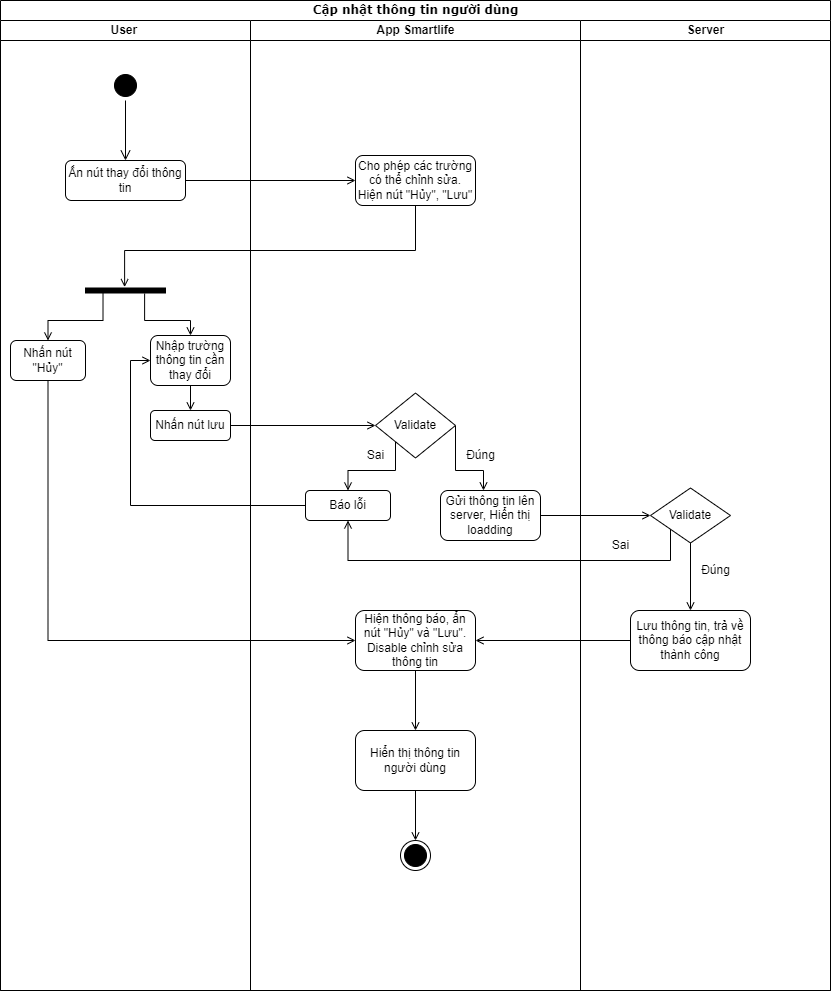
kienndhn/draw-io keeps this draw.io diagram as activity diagram/thay đổi thông tin.drawio.png. Above is the earlier version. Source tidied: cells renumbered, new cells last; positions are measured from the earlier drawing's top-left corner, leaving out a move shared by most shapes.
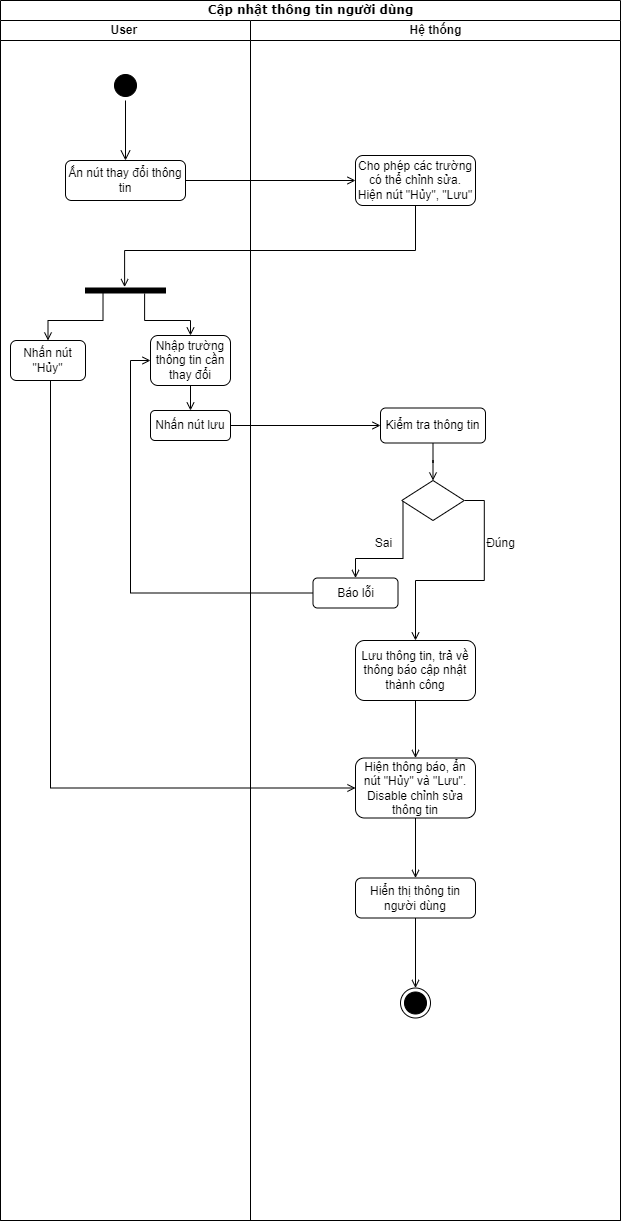
After the change.

Change to the diagram source:
```diff
@@ -3,10 +3,10 @@
     <mxCell id="0" />
     <mxCell id="1" parent="0" />
     <mxCell id="2" value="Cập nhật thông tin người dùng" style="swimlane;html=1;startSize=20;rounded=0;shadow=0;comic=0;labelBackgroundColor=none;strokeWidth=1;fontFamily=Verdana;fontSize=12;align=center;" parent="1" vertex="1">
-      <mxGeometry width="830" height="990" as="geometry" />
+      <mxGeometry width="620" height="1220" as="geometry" />
     </mxCell>
     <mxCell id="3" value="User&amp;nbsp;" style="swimlane;html=1;startSize=20;" parent="2" vertex="1">
-      <mxGeometry y="20" width="250" height="970" as="geometry" />
+      <mxGeometry y="20" width="250" height="1200" as="geometry" />
     </mxCell>
     <mxCell id="4" style="ellipse;html=1;shape=startState;fillColor=#000000;strokeColor=#000000;" parent="3" vertex="1">
       <mxGeometry x="110" y="50" width="30" height="30" as="geometry" />
@@ -48,79 +48,62 @@
     <mxCell id="13" style="edgeStyle=orthogonalEdgeStyle;rounded=0;jettySize=auto;html=1;strokeColor=#000000;strokeWidth=1;endArrow=open;endFill=0;" parent="3" edge="1" source="11" target="12">
       <mxGeometry relative="1" as="geometry" />
     </mxCell>
-    <mxCell id="14" value="App Smartlife" style="swimlane;html=1;startSize=20;" parent="2" vertex="1">
-      <mxGeometry x="250" y="20" width="330" height="970" as="geometry" />
+    <mxCell id="14" value="Hệ thống" style="swimlane;html=1;startSize=20;" parent="2" vertex="1">
+      <mxGeometry x="250" y="20" width="370" height="1200" as="geometry" />
     </mxCell>
     <mxCell id="15" value="Cho phép các trường có thể chỉnh sửa. Hiện nút &quot;Hủy&quot;, &quot;Lưu&quot;" style="rounded=1;whiteSpace=wrap;html=1;strokeColor=#000000;" parent="14" vertex="1">
       <mxGeometry x="105" y="135" width="120" height="50" as="geometry" />
     </mxCell>
-    <mxCell id="16" style="edgeStyle=orthogonalEdgeStyle;rounded=0;jettySize=auto;html=1;entryX=0.5;entryY=0;entryDx=0;entryDy=0;strokeColor=#000000;strokeWidth=1;endArrow=open;endFill=0;exitX=0;exitY=1;exitDx=0;exitDy=0;" parent="14" edge="1" source="20" target="18">
+    <mxCell id="16" style="edgeStyle=orthogonalEdgeStyle;rounded=0;jettySize=auto;html=1;entryX=0.5;entryY=0;entryDx=0;entryDy=0;strokeColor=#000000;strokeWidth=1;endArrow=open;endFill=0;exitX=0.02;exitY=0.5;exitDx=0;exitDy=0;exitPerimeter=0;" parent="14" edge="1" source="20" target="18">
       <mxGeometry relative="1" as="geometry">
         <Array as="points">
-          <mxPoint x="145" y="450" />
-          <mxPoint x="98" y="450" />
+          <mxPoint x="153" y="538" />
+          <mxPoint x="105" y="538" />
         </Array>
       </mxGeometry>
     </mxCell>
-    <mxCell id="17" style="edgeStyle=orthogonalEdgeStyle;rounded=0;jettySize=auto;html=1;exitX=1;exitY=0.5;exitDx=0;exitDy=0;strokeColor=#000000;strokeWidth=1;endArrow=open;endFill=0;" parent="14" edge="1" source="20" target="19">
-      <mxGeometry relative="1" as="geometry">
-        <Array as="points">
-          <mxPoint x="205" y="450" />
-          <mxPoint x="233" y="450" />
-        </Array>
-      </mxGeometry>
-    </mxCell>
     <mxCell id="18" value="Báo lỗi" style="rounded=1;whiteSpace=wrap;html=1;strokeColor=#000000;" parent="14" vertex="1">
-      <mxGeometry x="55" y="470" width="85" height="30" as="geometry" />
+      <mxGeometry x="62.5" y="557.5" width="85" height="30" as="geometry" />
     </mxCell>
-    <mxCell id="19" value="Gửi thông tin lên server, Hiển thị loadding" style="rounded=1;whiteSpace=wrap;html=1;strokeColor=#000000;" parent="14" vertex="1">
-      <mxGeometry x="190" y="470" width="100" height="50" as="geometry" />
-    </mxCell>
+    <mxCell id="42" style="edgeStyle=orthogonalEdgeStyle;rounded=0;jettySize=auto;html=1;strokeColor=#000000;strokeWidth=1;endArrow=open;endFill=0;exitX=1;exitY=0.5;exitDx=0;exitDy=0;" parent="14" edge="1" source="20" target="32">
+      <mxGeometry relative="1" as="geometry" />
+    </mxCell>
-    <mxCell id="20" value="Validate" style="rhombus;whiteSpace=wrap;html=1;strokeColor=#000000;" parent="14" vertex="1">
-      <mxGeometry x="125" y="372.5" width="80" height="65" as="geometry" />
+    <mxCell id="20" style="rhombus;whiteSpace=wrap;html=1;strokeColor=#000000;" parent="14" vertex="1">
+      <mxGeometry x="151.2" y="460" width="62.5" height="40" as="geometry" />
     </mxCell>
     <mxCell id="21" value="Hiện thông báo, ẩn nút &quot;Hủy&quot; và &quot;Lưu&quot;. Disable chỉnh sửa thông tin" style="rounded=1;whiteSpace=wrap;html=1;strokeColor=#000000;" parent="14" vertex="1">
-      <mxGeometry x="105" y="590" width="120" height="60" as="geometry" />
+      <mxGeometry x="105" y="737.5" width="120" height="60" as="geometry" />
     </mxCell>
     <mxCell id="22" value="Hiển thị thông tin người dùng" style="rounded=1;whiteSpace=wrap;html=1;strokeColor=#000000;" parent="14" vertex="1">
-      <mxGeometry x="105" y="710" width="120" height="60" as="geometry" />
+      <mxGeometry x="105" y="857.5" width="120" height="40" as="geometry" />
     </mxCell>
     <mxCell id="23" style="edgeStyle=orthogonalEdgeStyle;rounded=0;jettySize=auto;html=1;strokeColor=#000000;strokeWidth=1;endArrow=open;endFill=0;" parent="14" edge="1" source="21" target="22">
       <mxGeometry relative="1" as="geometry" />
     </mxCell>
     <mxCell id="24" style="ellipse;html=1;shape=endState;fillColor=#000000;strokeColor=default;" parent="14" vertex="1">
-      <mxGeometry x="150" y="820" width="30" height="30" as="geometry" />
+      <mxGeometry x="150" y="967.5" width="30" height="30" as="geometry" />
     </mxCell>
     <mxCell id="25" style="edgeStyle=orthogonalEdgeStyle;rounded=0;jettySize=auto;html=1;strokeColor=#000000;strokeWidth=1;endArrow=open;endFill=0;entryX=0.5;entryY=0;entryDx=0;entryDy=0;" parent="14" edge="1" source="22" target="24">
       <mxGeometry relative="1" as="geometry" />
     </mxCell>
     <mxCell id="26" value="Đúng" style="text;html=1;align=center;verticalAlign=middle;strokeColor=none;fillColor=none;" parent="14" vertex="1">
-      <mxGeometry x="205" y="420" width="50" height="30" as="geometry" />
+      <mxGeometry x="225" y="507.5" width="50" height="30" as="geometry" />
     </mxCell>
     <mxCell id="27" value="Sai" style="text;html=1;align=center;verticalAlign=middle;strokeColor=none;fillColor=none;" parent="14" vertex="1">
-      <mxGeometry x="105" y="420" width="40" height="30" as="geometry" />
+      <mxGeometry x="112.5" y="507.5" width="40" height="30" as="geometry" />
     </mxCell>
-    <mxCell id="28" style="edgeStyle=orthogonalEdgeStyle;rounded=0;jettySize=auto;html=1;entryX=0;entryY=0.5;entryDx=0;entryDy=0;strokeColor=#000000;strokeWidth=1;endArrow=open;endFill=0;exitX=1;exitY=0.5;exitDx=0;exitDy=0;" parent="2" edge="1" source="12" target="20">
-      <mxGeometry relative="1" as="geometry" />
-    </mxCell>
-    <mxCell id="29" value="Server" style="swimlane;html=1;startSize=20;" parent="2" vertex="1">
-      <mxGeometry x="580" y="20" width="250" height="970" as="geometry" />
-    </mxCell>
-    <mxCell id="30" style="edgeStyle=orthogonalEdgeStyle;rounded=0;jettySize=auto;html=1;entryX=0.5;entryY=0;entryDx=0;entryDy=0;strokeColor=#000000;strokeWidth=1;endArrow=open;endFill=0;" parent="29" edge="1" source="31" target="32">
-      <mxGeometry relative="1" as="geometry" />
-    </mxCell>
-    <mxCell id="31" value="Validate" style="rhombus;whiteSpace=wrap;html=1;strokeColor=#000000;" parent="29" vertex="1">
-      <mxGeometry x="70" y="467.5" width="80" height="55" as="geometry" />
-    </mxCell>
-    <mxCell id="32" value="Lưu thông tin, trả về thông báo cập nhật thành công" style="rounded=1;whiteSpace=wrap;html=1;strokeColor=#000000;" parent="29" vertex="1">
-      <mxGeometry x="50" y="590" width="120" height="60" as="geometry" />
+    <mxCell id="32" value="Lưu thông tin, trả về thông báo cập nhật thành công" style="rounded=1;whiteSpace=wrap;html=1;strokeColor=#000000;" parent="14" vertex="1">
+      <mxGeometry x="105" y="620" width="120" height="60" as="geometry" />
     </mxCell>
-    <mxCell id="33" value="Sai" style="text;html=1;align=center;verticalAlign=middle;strokeColor=none;fillColor=none;" parent="29" vertex="1">
-      <mxGeometry x="20" y="510" width="40" height="30" as="geometry" />
-    </mxCell>
-    <mxCell id="34" value="Đúng" style="text;html=1;align=center;verticalAlign=middle;strokeColor=none;fillColor=none;" parent="29" vertex="1">
-      <mxGeometry x="110" y="535" width="50" height="30" as="geometry" />
-    </mxCell>
+    <mxCell id="40" style="edgeStyle=orthogonalEdgeStyle;rounded=0;jettySize=auto;html=1;strokeColor=#000000;strokeWidth=1;endArrow=open;endFill=0;entryX=0.5;entryY=0;entryDx=0;entryDy=0;" parent="14" edge="1" source="32" target="21">
+      <mxGeometry relative="1" as="geometry" />
+    </mxCell>
+    <mxCell id="43" style="edgeStyle=orthogonalEdgeStyle;rounded=0;jettySize=auto;html=1;entryX=0.5;entryY=0;entryDx=0;entryDy=0;strokeColor=#000000;strokeWidth=1;endArrow=open;endFill=0;" parent="14" edge="1" source="44" target="20">
+      <mxGeometry relative="1" as="geometry" />
+    </mxCell>
+    <mxCell id="44" value="Kiểm tra thông tin" style="rounded=1;whiteSpace=wrap;html=1;strokeColor=default;" parent="14" vertex="1">
+      <mxGeometry x="130" y="387.5" width="105" height="35" as="geometry" />
+    </mxCell>
     <mxCell id="35" style="edgeStyle=orthogonalEdgeStyle;rounded=0;jettySize=auto;html=1;strokeColor=#000000;entryX=0;entryY=0.5;entryDx=0;entryDy=0;endArrow=open;endFill=0;" parent="2" edge="1" source="6" target="15">
       <mxGeometry relative="1" as="geometry" />
     </mxCell>
@@ -135,24 +118,13 @@
     <mxCell id="37" style="edgeStyle=orthogonalEdgeStyle;rounded=0;jettySize=auto;html=1;entryX=0;entryY=0.5;entryDx=0;entryDy=0;strokeColor=#000000;strokeWidth=1;endArrow=open;endFill=0;" parent="2" edge="1" source="18" target="11">
       <mxGeometry relative="1" as="geometry" />
     </mxCell>
-    <mxCell id="38" style="edgeStyle=orthogonalEdgeStyle;rounded=0;jettySize=auto;html=1;strokeColor=#000000;strokeWidth=1;endArrow=open;endFill=0;entryX=0;entryY=0.5;entryDx=0;entryDy=0;" parent="2" edge="1" source="19" target="31">
-      <mxGeometry relative="1" as="geometry" />
-    </mxCell>
-    <mxCell id="39" style="edgeStyle=orthogonalEdgeStyle;rounded=0;jettySize=auto;html=1;entryX=0.5;entryY=1;entryDx=0;entryDy=0;strokeColor=#000000;strokeWidth=1;endArrow=open;endFill=0;exitX=0;exitY=1;exitDx=0;exitDy=0;" parent="2" edge="1" source="31" target="18">
-      <mxGeometry relative="1" as="geometry">
-        <Array as="points">
-          <mxPoint x="670" y="560" />
-          <mxPoint x="348" y="560" />
-        </Array>
-      </mxGeometry>
-    </mxCell>
-    <mxCell id="40" style="edgeStyle=orthogonalEdgeStyle;rounded=0;jettySize=auto;html=1;strokeColor=#000000;strokeWidth=1;endArrow=open;endFill=0;entryX=1;entryY=0.5;entryDx=0;entryDy=0;" parent="2" edge="1" source="32" target="21">
-      <mxGeometry relative="1" as="geometry" />
-    </mxCell>
+    <mxCell id="45" style="edgeStyle=orthogonalEdgeStyle;rounded=0;jettySize=auto;html=1;strokeColor=#000000;strokeWidth=1;endArrow=open;endFill=0;entryX=0;entryY=0.5;entryDx=0;entryDy=0;" parent="2" edge="1" source="12" target="44">
+      <mxGeometry relative="1" as="geometry" />
+    </mxCell>
     <mxCell id="41" style="edgeStyle=orthogonalEdgeStyle;rounded=0;jettySize=auto;html=1;entryX=0;entryY=0.5;entryDx=0;entryDy=0;strokeColor=#000000;strokeWidth=1;endArrow=open;endFill=0;" parent="2" edge="1" source="10" target="21">
       <mxGeometry relative="1" as="geometry">
         <Array as="points">
-          <mxPoint x="48" y="640" />
+          <mxPoint x="50" y="788" />
         </Array>
       </mxGeometry>
     </mxCell>
```
